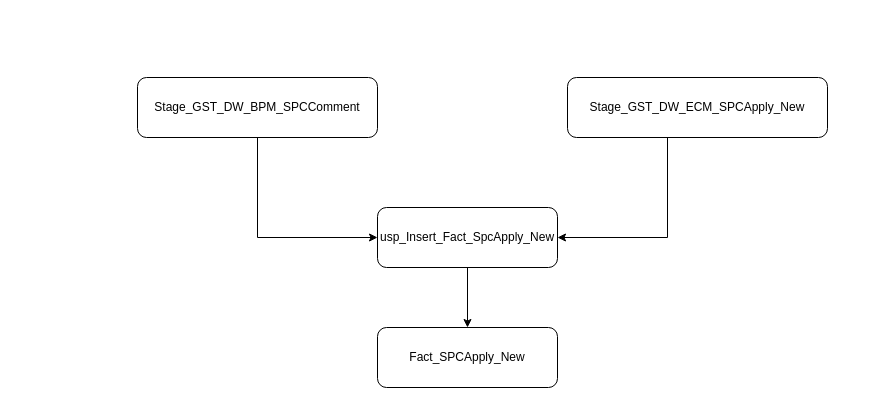
Before: SPC_relation.drawio in cyz12/an, a draw.io diagram. Source tidied: cells renumbered, new cells numbered last; positions are measured from the earlier drawing's top-left corner, leaving out a move shared by most shapes. Both pictures are drawn from the tidied source at 100%, with x=0, y=0 at pixel (137, 77).
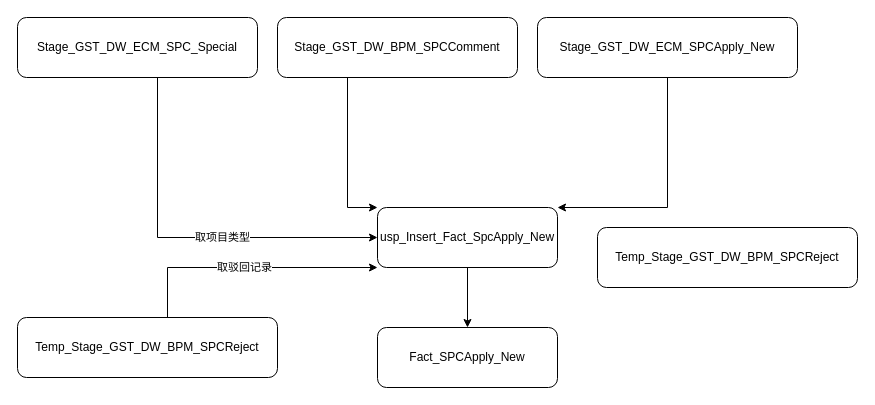
The same page after the edit.

The change refers to these unchanged cells:
```xml
<mxCell id="5" value="usp_Insert_Fact_SpcApply_New" style="rounded=1;whiteSpace=wrap;html=1;" parent="1" vertex="1">
  <mxGeometry x="240" y="130" width="180" height="60" as="geometry" />
</mxCell>
```

Change to the diagram source:
```diff
@@
-    <mxCell id="2" style="edgeStyle=orthogonalEdgeStyle;rounded=0;jettySize=auto;html=1;entryX=0;entryY=0.5;entryDx=0;entryDy=0;exitX=0.5;exitY=1;exitDx=0;exitDy=0;" parent="1" edge="1" source="7" target="5">
+    <mxCell id="2" style="edgeStyle=orthogonalEdgeStyle;rounded=0;jettySize=auto;html=1;entryX=0;entryY=0;entryDx=0;entryDy=0;exitX=0.5;exitY=1;exitDx=0;exitDy=0;" parent="1" edge="1" source="7" target="5">
       <mxGeometry relative="1" as="geometry">
         <Array as="points">
-          <mxPoint x="120" y="160" />
+          <mxPoint x="260" y="-40" />
+          <mxPoint x="210" y="-40" />
+          <mxPoint x="210" y="130" />
         </Array>
       </mxGeometry>
     </mxCell>
-    <mxCell id="3" style="edgeStyle=orthogonalEdgeStyle;rounded=0;jettySize=auto;html=1;entryX=1;entryY=0.5;entryDx=0;entryDy=0;exitX=0.5;exitY=1;exitDx=0;exitDy=0;" parent="1" edge="1" source="6" target="5">
+    <mxCell id="3" style="edgeStyle=orthogonalEdgeStyle;rounded=0;jettySize=auto;html=1;entryX=1;entryY=0;entryDx=0;entryDy=0;exitX=0.5;exitY=1;exitDx=0;exitDy=0;" parent="1" edge="1" source="6" target="5">
       <mxGeometry relative="1" as="geometry">
         <Array as="points">
-          <mxPoint x="530" y="160" />
+          <mxPoint x="530" y="130" />
         </Array>
       </mxGeometry>
     </mxCell>
@@
     <mxCell id="6" value="Stage_GST_DW_ECM_SPCApply_New" style="rounded=1;whiteSpace=wrap;html=1;" parent="1" vertex="1">
-      <mxGeometry x="430" width="260" height="60" as="geometry" />
+      <mxGeometry x="400" y="-60" width="260" height="60" as="geometry" />
     </mxCell>
     <mxCell id="7" value="Stage_GST_DW_BPM_SPCComment" style="rounded=1;whiteSpace=wrap;html=1;" parent="1" vertex="1">
-      <mxGeometry width="240" height="60" as="geometry" />
+      <mxGeometry x="140" y="-60" width="240" height="60" as="geometry" />
     </mxCell>
@@
+    <mxCell id="9" style="edgeStyle=orthogonalEdgeStyle;rounded=0;jettySize=auto;html=1;entryX=0;entryY=0.5;entryDx=0;entryDy=0;" parent="1" edge="1" source="11" target="5">
+      <mxGeometry relative="1" as="geometry">
+        <Array as="points">
+          <mxPoint x="20" y="160" />
+        </Array>
+      </mxGeometry>
+    </mxCell>
+    <mxCell id="10" value="取项目类型" style="edgeLabel;html=1;align=center;verticalAlign=middle;" parent="9" vertex="1">
+      <mxGeometry x="0.18" y="1" relative="1" as="geometry" />
+    </mxCell>
+    <mxCell id="11" value="Stage_GST_DW_ECM_SPC_Special" style="rounded=1;whiteSpace=wrap;html=1;" parent="1" vertex="1">
+      <mxGeometry x="-120" y="-60" width="240" height="60" as="geometry" />
+    </mxCell>
+    <mxCell id="12" style="edgeStyle=orthogonalEdgeStyle;rounded=0;jettySize=auto;html=1;entryX=0;entryY=1;entryDx=0;entryDy=0;" parent="1" edge="1" source="14" target="5">
+      <mxGeometry relative="1" as="geometry">
+        <Array as="points">
+          <mxPoint x="30" y="190" />
+        </Array>
+      </mxGeometry>
+    </mxCell>
+    <mxCell id="13" value="取驳回记录" style="edgeLabel;html=1;align=center;verticalAlign=middle;" parent="12" vertex="1">
+      <mxGeometry x="-0.03" y="1" relative="1" as="geometry" />
+    </mxCell>
+    <mxCell id="14" value="Temp_Stage_GST_DW_BPM_SPCReject" style="rounded=1;whiteSpace=wrap;html=1;" parent="1" vertex="1">
+      <mxGeometry x="-120" y="240" width="260" height="60" as="geometry" />
+    </mxCell>
+    <mxCell id="15" value="Temp_Stage_GST_DW_BPM_SPCReject" style="rounded=1;whiteSpace=wrap;html=1;" parent="1" vertex="1">
+      <mxGeometry x="460" y="150" width="260" height="60" as="geometry" />
+    </mxCell>
```
